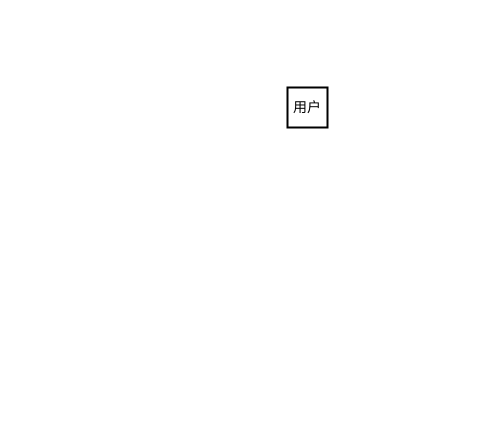
Before: 未命名表单.drawio in lry198010/ACES, a draw.io diagram. Source tidied: cells renumbered, new cells numbered last; positions are measured from the earlier drawing's top-left corner, leaving out a move shared by most shapes. Both pictures are drawn from the tidied source at 100%, with x=0, y=0 at pixel (287, 87).
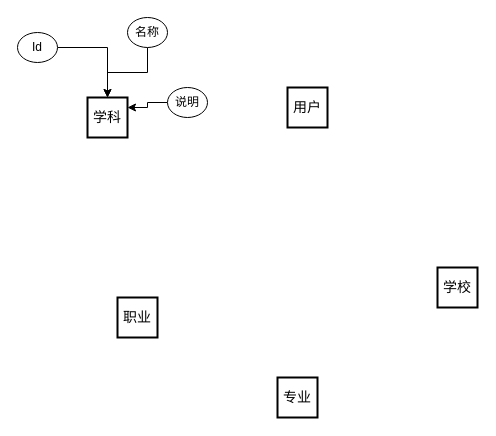
Above is the later version.

Commit message:
更新未命名表单.drawio

The edit, as a diff of the source:
```diff
@@
 <mxGraphModel>
   <root>
     <mxCell id="0" />
     <mxCell id="1" parent="0" />
     <mxCell id="2" value="用户" style="strokeWidth=2;whiteSpace=wrap;html=1;align=center;fontSize=14;" parent="1" vertex="1">
       <mxGeometry width="40" height="40" as="geometry" />
     </mxCell>
+    <mxCell id="3" value="学校" style="strokeWidth=2;whiteSpace=wrap;html=1;align=center;fontSize=14;" parent="1" vertex="1">
+      <mxGeometry x="150" y="180" width="40" height="40" as="geometry" />
+    </mxCell>
+    <mxCell id="4" value="职业" style="strokeWidth=2;whiteSpace=wrap;html=1;align=center;fontSize=14;" parent="1" vertex="1">
+      <mxGeometry x="-170" y="210" width="40" height="40" as="geometry" />
+    </mxCell>
+    <mxCell id="5" value="专业" style="strokeWidth=2;whiteSpace=wrap;html=1;align=center;fontSize=14;" parent="1" vertex="1">
+      <mxGeometry x="-10" y="290" width="40" height="40" as="geometry" />
+    </mxCell>
+    <mxCell id="6" value="学科" style="strokeWidth=2;whiteSpace=wrap;html=1;align=center;fontSize=14;" parent="1" vertex="1">
+      <mxGeometry x="-200" y="10" width="40" height="40" as="geometry" />
+    </mxCell>
+    <mxCell id="7" style="edgeStyle=orthogonalEdgeStyle;rounded=0;jettySize=auto;html=1;entryX=0.5;entryY=0;entryDx=0;entryDy=0;" parent="1" edge="1" source="8" target="6">
+      <mxGeometry relative="1" as="geometry" />
+    </mxCell>
+    <mxCell id="8" value="名称" style="ellipse;whiteSpace=wrap;html=1;" parent="1" vertex="1">
+      <mxGeometry x="-160" y="-70" width="40" height="30" as="geometry" />
+    </mxCell>
+    <mxCell id="9" style="edgeStyle=orthogonalEdgeStyle;rounded=0;jettySize=auto;html=1;entryX=0.5;entryY=0;entryDx=0;entryDy=0;" parent="1" edge="1" source="10" target="6">
+      <mxGeometry relative="1" as="geometry" />
+    </mxCell>
+    <mxCell id="10" value="Id" style="ellipse;whiteSpace=wrap;html=1;" parent="1" vertex="1">
+      <mxGeometry x="-270" y="-55" width="40" height="30" as="geometry" />
+    </mxCell>
+    <mxCell id="11" style="edgeStyle=orthogonalEdgeStyle;rounded=0;jettySize=auto;html=1;entryX=1;entryY=0.25;entryDx=0;entryDy=0;" parent="1" edge="1" source="12" target="6">
+      <mxGeometry relative="1" as="geometry" />
+    </mxCell>
+    <mxCell id="12" value="说明" style="ellipse;whiteSpace=wrap;html=1;" parent="1" vertex="1">
+      <mxGeometry x="-120" width="40" height="30" as="geometry" />
+    </mxCell>
   </root>
 </mxGraphModel>
```
